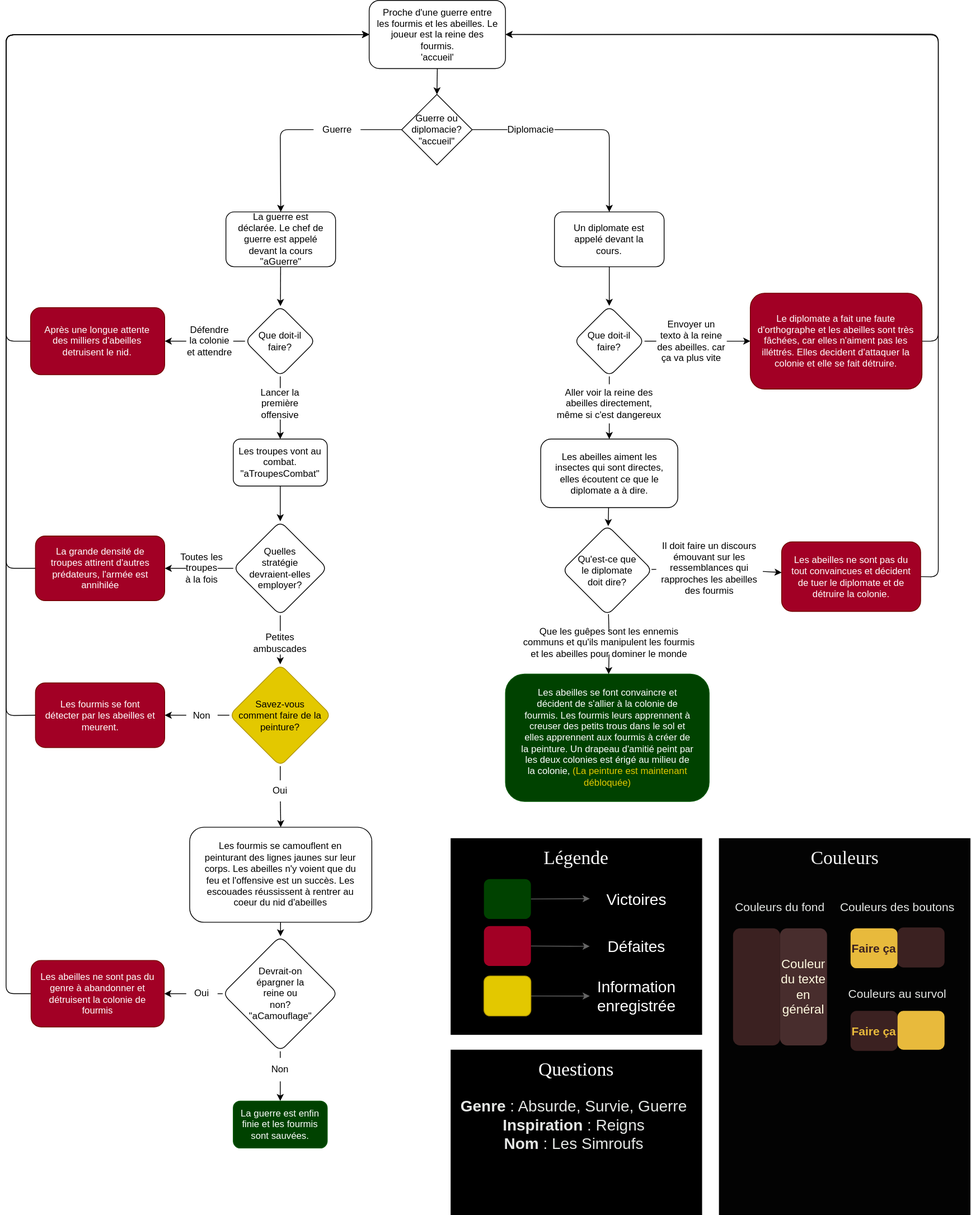
Jasmine-Lapierre/vous-etes-le-heros-simroufs keeps this draw.io diagram as synopsis.drawio.svg. Above is the earlier version. Source tidied: cells renumbered, new cells last; positions are measured from the earlier drawing's top-left corner, leaving out a move shared by most shapes.
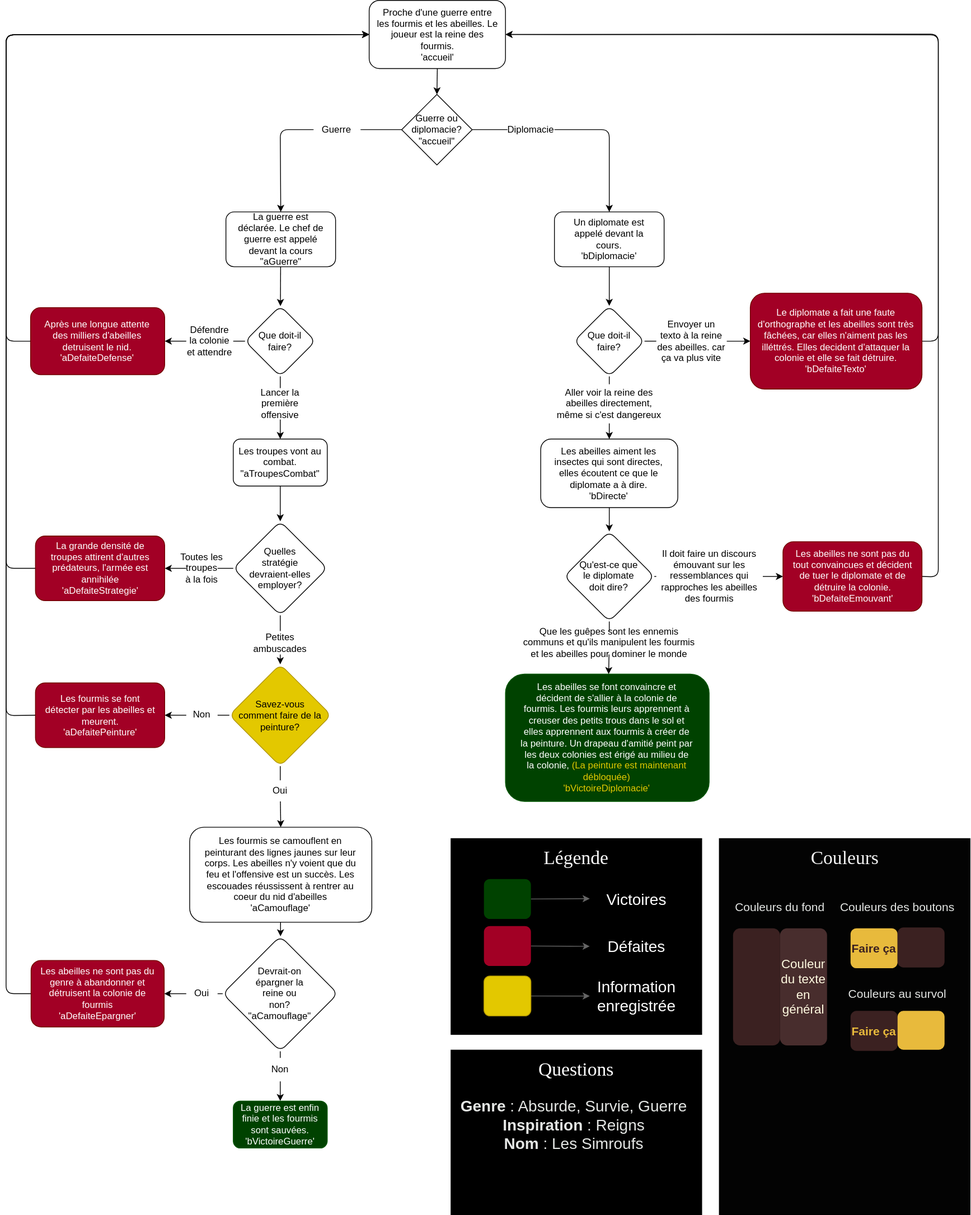
After the change.

Commit message:
Mise à jour du Diagramme

The edit, as a diff of the source:
```diff
@@ -40,7 +40,7 @@
     <mxCell id="11" style="edgeStyle=none;html=1;" parent="1" edge="1" source="12" target="18">
       <mxGeometry relative="1" as="geometry" />
     </mxCell>
-    <mxCell id="12" value="Un diplomate est&lt;br&gt;appelé devant la cours." style="rounded=1;whiteSpace=wrap;html=1;spacing=10;" parent="1" vertex="1">
+    <mxCell id="12" value="Un diplomate est&lt;br&gt;appelé devant la cours.&lt;br&gt;'bDiplomacie'" style="rounded=1;whiteSpace=wrap;html=1;spacing=10;" parent="1" vertex="1">
       <mxGeometry x="700" y="270" width="140" height="70" as="geometry" />
     </mxCell>
     <mxCell id="13" style="edgeStyle=none;html=1;exitX=0.5;exitY=1;exitDx=0;exitDy=0;entryX=0.5;entryY=0;entryDx=0;entryDy=0;startArrow=none;" parent="1" edge="1" source="21" target="20">
@@ -81,7 +81,7 @@
         </Array>
       </mxGeometry>
     </mxCell>
-    <mxCell id="24" value="Après une longue attente des milliers d'abeilles detruisent le nid." style="whiteSpace=wrap;html=1;rounded=1;fillColor=#a20025;fontColor=#ffffff;strokeColor=#6F0000;spacing=10;" parent="1" vertex="1">
+    <mxCell id="24" value="Après une longue attente des milliers d'abeilles detruisent le nid.&lt;br&gt;'aDefaiteDefense'" style="whiteSpace=wrap;html=1;rounded=1;fillColor=#a20025;fontColor=#ffffff;strokeColor=#6F0000;spacing=10;" parent="1" vertex="1">
       <mxGeometry x="31.3" y="392.2" width="171.2" height="85.6" as="geometry" />
     </mxCell>
     <mxCell id="25" value="Défendre la colonie et attendre" style="text;html=1;strokeColor=none;fillColor=none;align=center;verticalAlign=middle;whiteSpace=wrap;rounded=0;" parent="1" vertex="1">
@@ -107,7 +107,7 @@
         </Array>
       </mxGeometry>
     </mxCell>
-    <mxCell id="31" value="La grande densité de troupes attirent d'autres prédateurs, l'armée est annihilée" style="whiteSpace=wrap;html=1;rounded=1;fillColor=#a20025;fontColor=#ffffff;strokeColor=#6F0000;spacing=10;" parent="1" vertex="1">
+    <mxCell id="31" value="La grande densité de troupes attirent d'autres prédateurs, l'armée est annihilée&lt;br&gt;'aDefaiteStrategie'" style="whiteSpace=wrap;html=1;rounded=1;fillColor=#a20025;fontColor=#ffffff;strokeColor=#6F0000;spacing=10;" parent="1" vertex="1">
       <mxGeometry x="37.5" y="683.8" width="165" height="82.5" as="geometry" />
     </mxCell>
     <mxCell id="32" value="Toutes&amp;nbsp;les troupes&lt;br&gt;à la fois" style="text;html=1;strokeColor=none;fillColor=none;align=center;verticalAlign=middle;whiteSpace=wrap;rounded=0;" parent="1" vertex="1">
@@ -136,7 +136,7 @@
         </Array>
       </mxGeometry>
     </mxCell>
-    <mxCell id="39" value="Les fourmis se font détecter par les abeilles et meurent." style="whiteSpace=wrap;html=1;rounded=1;fillColor=#a20025;fontColor=#ffffff;strokeColor=#6F0000;spacing=10;" parent="1" vertex="1">
+    <mxCell id="39" value="Les fourmis se font détecter par les abeilles et meurent.&lt;br&gt;'aDefaitePeinture'" style="whiteSpace=wrap;html=1;rounded=1;fillColor=#a20025;fontColor=#ffffff;strokeColor=#6F0000;spacing=10;" parent="1" vertex="1">
       <mxGeometry x="37.5" y="871.2" width="165" height="82.5" as="geometry" />
     </mxCell>
     <mxCell id="40" value="Non" style="text;html=1;strokeColor=none;fillColor=none;align=center;verticalAlign=middle;whiteSpace=wrap;rounded=0;" parent="1" vertex="1">
@@ -148,7 +148,7 @@
     <mxCell id="42" style="edgeStyle=none;html=1;" parent="1" edge="1" source="43" target="46">
       <mxGeometry relative="1" as="geometry" />
     </mxCell>
-    <mxCell id="43" value="Les fourmis se camouflent en peinturant des lignes jaunes sur leur corps. Les abeilles n'y voient que du feu et l'offensive est un succès. Les escouades réussissent à rentrer au coeur du nid d'abeilles" style="whiteSpace=wrap;html=1;rounded=1;spacing=20;" parent="1" vertex="1">
+    <mxCell id="43" value="Les fourmis se camouflent en peinturant des lignes jaunes sur leur corps. Les abeilles n'y voient que du feu et l'offensive est un succès. Les escouades réussissent à rentrer au coeur du nid d'abeilles&lt;br&gt;'aCamouflage'" style="whiteSpace=wrap;html=1;rounded=1;spacing=20;" parent="1" vertex="1">
       <mxGeometry x="234.4" y="1055.5" width="232.5" height="121.2" as="geometry" />
     </mxCell>
     <mxCell id="44" style="edgeStyle=none;html=1;startArrow=none;" parent="1" edge="1" source="48" target="47">
@@ -160,7 +160,7 @@
     <mxCell id="46" value="Devrait-on &lt;br&gt;épargner la &lt;br&gt;reine ou &lt;br&gt;non?&lt;br&gt;&quot;aCamouflage&quot;" style="rhombus;whiteSpace=wrap;html=1;rounded=1;" parent="1" vertex="1">
       <mxGeometry x="276.5" y="1194.5" width="147" height="147" as="geometry" />
     </mxCell>
-    <mxCell id="47" value="La guerre est enfin finie et les fourmis sont sauvées." style="whiteSpace=wrap;html=1;rounded=1;fillColor=#004200;fontColor=#ffffff;strokeColor=#005700;" parent="1" vertex="1">
+    <mxCell id="47" value="La guerre est enfin finie et les fourmis sont sauvées.&lt;br&gt;'bVictoireGuerre'" style="whiteSpace=wrap;html=1;rounded=1;fillColor=#004200;fontColor=#ffffff;strokeColor=#005700;" parent="1" vertex="1">
       <mxGeometry x="290" y="1405" width="120" height="60" as="geometry" />
     </mxCell>
     <mxCell id="48" value="Non" style="text;html=1;strokeColor=none;fillColor=none;align=center;verticalAlign=middle;whiteSpace=wrap;rounded=0;" parent="1" vertex="1">
@@ -177,7 +177,7 @@
         </Array>
       </mxGeometry>
     </mxCell>
-    <mxCell id="51" value="Les abeilles ne sont pas du genre à abandonner et détruisent la colonie de fourmis" style="whiteSpace=wrap;html=1;rounded=1;fillColor=#a20025;fontColor=#ffffff;strokeColor=#6F0000;spacing=10;" parent="1" vertex="1">
+    <mxCell id="51" value="Les abeilles ne sont pas du genre à abandonner et détruisent la colonie de fourmis&lt;br&gt;'aDefaiteEpargner'" style="whiteSpace=wrap;html=1;rounded=1;fillColor=#a20025;fontColor=#ffffff;strokeColor=#6F0000;spacing=10;" parent="1" vertex="1">
       <mxGeometry x="31.9" y="1225.5" width="170" height="85" as="geometry" />
     </mxCell>
     <mxCell id="52" style="edgeStyle=none;html=1;exitX=1;exitY=0.5;exitDx=0;exitDy=0;entryX=0;entryY=0.5;entryDx=0;entryDy=0;endArrow=none;endFill=0;" parent="1" edge="1" source="53" target="46">
@@ -189,7 +189,7 @@
     <mxCell id="54" style="edgeStyle=none;html=1;" parent="1" edge="1" source="55" target="58">
       <mxGeometry relative="1" as="geometry" />
     </mxCell>
-    <mxCell id="55" value="Les abeilles aiment les insectes qui sont directes, elles écoutent ce que le diplomate a à dire." style="whiteSpace=wrap;html=1;rounded=1;spacing=10;" parent="1" vertex="1">
+    <mxCell id="55" value="Les abeilles aiment les insectes qui sont directes, elles écoutent ce que le diplomate a à dire.&lt;br&gt;'bDirecte'" style="whiteSpace=wrap;html=1;rounded=1;spacing=10;" parent="1" vertex="1">
       <mxGeometry x="682.5" y="560" width="175" height="87.5" as="geometry" />
     </mxCell>
     <mxCell id="56" style="edgeStyle=none;html=1;startArrow=none;" parent="1" edge="1" source="60" target="59">
@@ -199,9 +199,9 @@
       <mxGeometry relative="1" as="geometry" />
     </mxCell>
     <mxCell id="58" value="Qu'est-ce que &lt;br&gt;le diplomate &lt;br&gt;doit dire?" style="rhombus;whiteSpace=wrap;html=1;rounded=1;" parent="1" vertex="1">
-      <mxGeometry x="710" y="670" width="115" height="115" as="geometry" />
+      <mxGeometry x="712.5" y="677.9" width="115" height="115" as="geometry" />
     </mxCell>
-    <mxCell id="59" value="Les abeilles&amp;nbsp;se font convaincre et décident de s'allier à la colonie de fourmis. Les fourmis leurs apprennent à creuser des petits trous dans le sol et elles apprennent aux fourmis à créer de la peinture. Un drapeau d'amitié peint par les deux colonies est érigé au milieu de la colonie,&amp;nbsp;&lt;font color=&quot;#e3c800&quot;&gt;(La peinture est maintenant débloquée)&amp;nbsp;&lt;/font&gt;" style="whiteSpace=wrap;html=1;rounded=1;fillColor=#004200;fontColor=#ffffff;strokeColor=#005700;spacing=20;spacingTop=0;spacingLeft=0;spacingBottom=0;spacingRight=0;" parent="1" vertex="1">
+    <mxCell id="59" value="Les abeilles&amp;nbsp;se font convaincre et décident de s'allier à la colonie de fourmis. Les fourmis leurs apprennent à creuser des petits trous dans le sol et elles apprennent aux fourmis à créer de la peinture. Un drapeau d'amitié peint par les deux colonies est érigé au milieu de la colonie,&amp;nbsp;&lt;font color=&quot;#e3c800&quot;&gt;(La peinture est maintenant débloquée)&amp;nbsp;&lt;br&gt;'bVictoireDiplomacie'&lt;br&gt;&lt;/font&gt;" style="whiteSpace=wrap;html=1;rounded=1;fillColor=#004200;fontColor=#ffffff;strokeColor=#005700;spacing=20;spacingTop=0;spacingLeft=0;spacingBottom=0;spacingRight=0;" parent="1" vertex="1">
       <mxGeometry x="637.5" y="860" width="260" height="162.5" as="geometry" />
     </mxCell>
     <mxCell id="60" value="Que les guêpes sont les ennemis communs et qu'ils manipulent les fourmis et les abeilles pour dominer le monde" style="text;html=1;strokeColor=none;fillColor=none;align=center;verticalAlign=middle;whiteSpace=wrap;rounded=0;" parent="1" vertex="1">
@@ -218,7 +218,7 @@
         </Array>
       </mxGeometry>
     </mxCell>
-    <mxCell id="63" value="Le diplomate a fait une faute d'orthographe et les abeilles sont très fâchées, car elles n'aiment pas les illéttrés. Elles decident d'attaquer la colonie et elle se fait détruire." style="whiteSpace=wrap;html=1;rounded=1;fillColor=#a20025;fontColor=#ffffff;strokeColor=#6F0000;spacing=10;" parent="1" vertex="1">
+    <mxCell id="63" value="Le diplomate a fait une faute d'orthographe et les abeilles sont très fâchées, car elles n'aiment pas les illéttrés. Elles decident d'attaquer la colonie et elle se fait détruire.&lt;br&gt;'bDefaiteTexto'" style="whiteSpace=wrap;html=1;rounded=1;fillColor=#a20025;fontColor=#ffffff;strokeColor=#6F0000;spacing=10;" parent="1" vertex="1">
       <mxGeometry x="950" y="373.8" width="219.2" height="122.5" as="geometry" />
     </mxCell>
     <mxCell id="64" value="Envoyer un texto à la reine des abeilles. car ça va plus vite" style="text;html=1;strokeColor=none;fillColor=none;align=center;verticalAlign=middle;whiteSpace=wrap;rounded=0;" parent="1" vertex="1">
@@ -241,11 +241,11 @@
         </Array>
       </mxGeometry>
     </mxCell>
-    <mxCell id="69" value="Les abeilles ne sont pas du tout convaincues et décident de tuer le diplomate et de détruire la colonie.&amp;nbsp;" style="whiteSpace=wrap;html=1;rounded=1;fillColor=#a20025;fontColor=#ffffff;strokeColor=#6F0000;spacing=10;" parent="1" vertex="1">
-      <mxGeometry x="990" y="691.2" width="177.5" height="88.8" as="geometry" />
+    <mxCell id="69" value="Les abeilles ne sont pas du tout convaincues et décident de tuer le diplomate et de détruire la colonie.&amp;nbsp;&lt;br&gt;'bDefaiteEmouvant'" style="whiteSpace=wrap;html=1;rounded=1;fillColor=#a20025;fontColor=#ffffff;strokeColor=#6F0000;spacing=10;" parent="1" vertex="1">
+      <mxGeometry x="991.7" y="691" width="177.5" height="88.8" as="geometry" />
     </mxCell>
     <mxCell id="70" value="Il doit faire un discours émouvant sur les ressemblances qui rapproches les abeilles des fourmis" style="text;html=1;strokeColor=none;fillColor=none;align=center;verticalAlign=middle;whiteSpace=wrap;rounded=0;" parent="1" vertex="1">
-      <mxGeometry x="830" y="691" width="136" height="68" as="geometry" />
+      <mxGeometry x="830" y="701.4" width="136" height="68" as="geometry" />
     </mxCell>
     <mxCell id="71" style="edgeStyle=none;html=1;endArrow=none;" parent="1" edge="1" source="58" target="70">
       <mxGeometry relative="1" as="geometry" />
```
